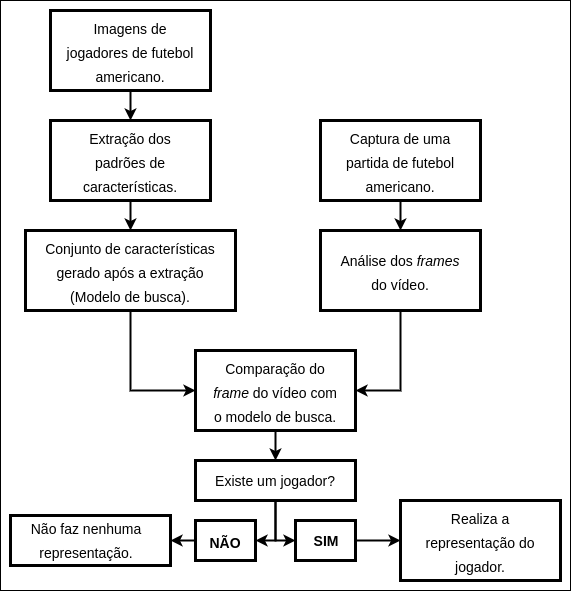
Wiryco/TCC-Computer-Vision keeps this draw.io diagram as Imagens utilizadas no TCC/fluxograma-projeto.png. Above is the earlier version. Source tidied: cells renumbered, new cells last; positions are measured from the earlier drawing's top-left corner, leaving out a move shared by most shapes. Source of this version:
```xml
<mxGraphModel>
  <root>
    <mxCell id="0" />
    <mxCell id="1" parent="0" />
    <mxCell id="2" style="edgeStyle=orthogonalEdgeStyle;rounded=0;jettySize=auto;html=1;exitX=1;exitY=0.5;exitDx=0;exitDy=0;entryX=0;entryY=0.5;entryDx=0;entryDy=0;strokeColor=#000000;strokeWidth=2;fillColor=#0000FF;fontSize=20;fontColor=#000000;" parent="1" edge="1" source="3" target="30">
      <mxGeometry relative="1" as="geometry" />
    </mxCell>
    <mxCell id="3" style="rounded=0;whiteSpace=wrap;html=1;strokeColor=#000000;strokeWidth=3;fillColor=none;fontSize=20;fontColor=#000000;" parent="1" vertex="1">
      <mxGeometry x="295" y="520" width="60" height="40" as="geometry" />
    </mxCell>
    <mxCell id="4" style="edgeStyle=orthogonalEdgeStyle;rounded=0;jettySize=auto;html=1;exitX=0.5;exitY=1;exitDx=0;exitDy=0;entryX=0.5;entryY=0;entryDx=0;entryDy=0;strokeColor=#000000;fillColor=#0000FF;fontSize=20;fontColor=#000000;strokeWidth=2;" parent="1" edge="1" source="5" target="8">
      <mxGeometry relative="1" as="geometry" />
    </mxCell>
    <mxCell id="5" style="rounded=0;whiteSpace=wrap;html=1;strokeColor=#000000;strokeWidth=3;fillColor=none;fontSize=20;fontColor=#000000;" parent="1" vertex="1">
      <mxGeometry x="50" y="10" width="160" height="80" as="geometry" />
    </mxCell>
    <mxCell id="6" value="&lt;font style=&quot;font-size: 14px&quot;&gt;Imagens de jogadores de futebol americano.&lt;/font&gt;" style="text;html=1;strokeColor=none;fillColor=none;align=center;verticalAlign=middle;whiteSpace=wrap;rounded=0;fontSize=20;fontColor=#000000;" parent="1" vertex="1">
      <mxGeometry x="65" y="40" width="130" height="20" as="geometry" />
    </mxCell>
    <mxCell id="7" style="edgeStyle=orthogonalEdgeStyle;rounded=0;jettySize=auto;html=1;exitX=0.5;exitY=1;exitDx=0;exitDy=0;entryX=0.5;entryY=0;entryDx=0;entryDy=0;strokeColor=#000000;fillColor=#0000FF;fontSize=20;fontColor=#000000;strokeWidth=2;" parent="1" edge="1" source="8" target="11">
      <mxGeometry relative="1" as="geometry" />
    </mxCell>
    <mxCell id="8" style="rounded=0;whiteSpace=wrap;html=1;strokeColor=#000000;strokeWidth=3;fillColor=none;fontSize=20;fontColor=#000000;" parent="1" vertex="1">
      <mxGeometry x="50" y="120" width="160" height="80" as="geometry" />
    </mxCell>
    <mxCell id="9" value="&lt;font style=&quot;font-size: 14px&quot;&gt;Extração dos padrões de características.&lt;/font&gt;" style="text;html=1;strokeColor=none;fillColor=none;align=center;verticalAlign=middle;whiteSpace=wrap;rounded=0;fontSize=20;fontColor=#000000;" parent="1" vertex="1">
      <mxGeometry x="65" y="150" width="130" height="20" as="geometry" />
    </mxCell>
    <mxCell id="10" style="edgeStyle=orthogonalEdgeStyle;rounded=0;jettySize=auto;html=1;exitX=0.5;exitY=1;exitDx=0;exitDy=0;entryX=0;entryY=0.5;entryDx=0;entryDy=0;strokeColor=#000000;fillColor=#0000FF;fontSize=20;fontColor=#000000;strokeWidth=2;" parent="1" edge="1" source="11" target="20">
      <mxGeometry relative="1" as="geometry" />
    </mxCell>
    <mxCell id="11" style="rounded=0;whiteSpace=wrap;html=1;strokeColor=#000000;strokeWidth=3;fillColor=none;fontSize=20;fontColor=#000000;" parent="1" vertex="1">
      <mxGeometry x="25" y="230" width="210" height="80" as="geometry" />
    </mxCell>
    <mxCell id="12" value="&lt;font style=&quot;font-size: 14px&quot;&gt;Conjunto de características gerado após a extração (Modelo de busca).&lt;/font&gt;" style="text;html=1;strokeColor=none;fillColor=none;align=center;verticalAlign=middle;whiteSpace=wrap;rounded=0;fontSize=20;fontColor=#000000;" parent="1" vertex="1">
      <mxGeometry x="44" y="260" width="172" height="20" as="geometry" />
    </mxCell>
    <mxCell id="13" style="edgeStyle=orthogonalEdgeStyle;rounded=0;jettySize=auto;html=1;exitX=0.5;exitY=1;exitDx=0;exitDy=0;entryX=0.5;entryY=0;entryDx=0;entryDy=0;strokeColor=#000000;fillColor=#0000FF;fontSize=20;fontColor=#000000;strokeWidth=2;" parent="1" edge="1" source="14" target="17">
      <mxGeometry relative="1" as="geometry" />
    </mxCell>
    <mxCell id="14" style="rounded=0;whiteSpace=wrap;html=1;strokeColor=#000000;strokeWidth=3;fillColor=none;fontSize=20;fontColor=#000000;" parent="1" vertex="1">
      <mxGeometry x="320" y="120" width="160" height="80" as="geometry" />
    </mxCell>
    <mxCell id="15" value="&lt;font style=&quot;font-size: 14px&quot;&gt;Captura de uma partida de futebol americano.&lt;/font&gt;" style="text;html=1;strokeColor=none;fillColor=none;align=center;verticalAlign=middle;whiteSpace=wrap;rounded=0;fontSize=20;fontColor=#000000;" parent="1" vertex="1">
      <mxGeometry x="335" y="150" width="130" height="20" as="geometry" />
    </mxCell>
    <mxCell id="16" style="edgeStyle=orthogonalEdgeStyle;rounded=0;jettySize=auto;html=1;exitX=0.5;exitY=1;exitDx=0;exitDy=0;entryX=1;entryY=0.5;entryDx=0;entryDy=0;strokeColor=#000000;fillColor=#0000FF;fontSize=20;fontColor=#000000;strokeWidth=2;" parent="1" edge="1" source="17" target="20">
      <mxGeometry relative="1" as="geometry" />
    </mxCell>
    <mxCell id="17" style="rounded=0;whiteSpace=wrap;html=1;strokeColor=#000000;strokeWidth=3;fillColor=none;fontSize=20;fontColor=#000000;" parent="1" vertex="1">
      <mxGeometry x="320" y="230" width="160" height="80" as="geometry" />
    </mxCell>
    <mxCell id="18" value="&lt;font style=&quot;font-size: 14px&quot;&gt;Análise dos &lt;i&gt;frames&lt;/i&gt; do vídeo.&lt;/font&gt;" style="text;html=1;strokeColor=none;fillColor=none;align=center;verticalAlign=middle;whiteSpace=wrap;rounded=0;fontSize=20;fontColor=#000000;" parent="1" vertex="1">
      <mxGeometry x="335" y="260" width="130" height="20" as="geometry" />
    </mxCell>
    <mxCell id="19" style="edgeStyle=orthogonalEdgeStyle;rounded=0;jettySize=auto;html=1;exitX=0.5;exitY=1;exitDx=0;exitDy=0;entryX=0.5;entryY=0;entryDx=0;entryDy=0;strokeColor=#000000;strokeWidth=2;fillColor=#0000FF;fontSize=20;fontColor=#000000;" parent="1" edge="1" source="20" target="24">
      <mxGeometry relative="1" as="geometry" />
    </mxCell>
    <mxCell id="20" style="rounded=0;whiteSpace=wrap;html=1;strokeColor=#000000;strokeWidth=3;fillColor=none;fontSize=20;fontColor=#000000;" parent="1" vertex="1">
      <mxGeometry x="195" y="350" width="160" height="80" as="geometry" />
    </mxCell>
    <mxCell id="21" value="&lt;span style=&quot;font-size: 14px&quot;&gt;Comparação do &lt;i&gt;frame&lt;/i&gt; do vídeo com o modelo de busca.&lt;/span&gt;" style="text;html=1;strokeColor=none;fillColor=none;align=center;verticalAlign=middle;whiteSpace=wrap;rounded=0;fontSize=20;fontColor=#000000;" parent="1" vertex="1">
      <mxGeometry x="210" y="380" width="130" height="20" as="geometry" />
    </mxCell>
    <mxCell id="22" style="edgeStyle=orthogonalEdgeStyle;rounded=0;jettySize=auto;html=1;exitX=0.5;exitY=1;exitDx=0;exitDy=0;entryX=0;entryY=0.5;entryDx=0;entryDy=0;strokeColor=#000000;strokeWidth=2;fillColor=#0000FF;fontSize=20;fontColor=#000000;" parent="1" edge="1" source="24" target="3">
      <mxGeometry relative="1" as="geometry" />
    </mxCell>
    <mxCell id="23" style="edgeStyle=orthogonalEdgeStyle;rounded=0;jettySize=auto;html=1;exitX=0.5;exitY=1;exitDx=0;exitDy=0;strokeColor=#000000;strokeWidth=2;fillColor=#0000FF;fontSize=20;fontColor=#000000;entryX=1;entryY=0.5;entryDx=0;entryDy=0;" parent="1" edge="1" source="24" target="27">
      <mxGeometry relative="1" as="geometry" />
    </mxCell>
    <mxCell id="24" style="rounded=0;whiteSpace=wrap;html=1;strokeColor=#000000;strokeWidth=3;fillColor=none;fontSize=20;fontColor=#000000;" parent="1" vertex="1">
      <mxGeometry x="195" y="460" width="160" height="40" as="geometry" />
    </mxCell>
    <mxCell id="25" value="&lt;span style=&quot;font-size: 14px&quot;&gt;Existe um jogador?&lt;/span&gt;" style="text;html=1;strokeColor=none;fillColor=none;align=center;verticalAlign=middle;whiteSpace=wrap;rounded=0;fontSize=20;fontColor=#000000;" parent="1" vertex="1">
      <mxGeometry x="210" y="468" width="130" height="20" as="geometry" />
    </mxCell>
    <mxCell id="26" style="edgeStyle=orthogonalEdgeStyle;rounded=0;jettySize=auto;html=1;exitX=0;exitY=0.5;exitDx=0;exitDy=0;entryX=1;entryY=0.5;entryDx=0;entryDy=0;strokeColor=#000000;strokeWidth=2;fillColor=#0000FF;fontSize=20;fontColor=#000000;" parent="1" edge="1" source="27" target="32">
      <mxGeometry relative="1" as="geometry" />
    </mxCell>
    <mxCell id="27" style="rounded=0;whiteSpace=wrap;html=1;strokeColor=#000000;strokeWidth=3;fillColor=none;fontSize=20;fontColor=#000000;" parent="1" vertex="1">
      <mxGeometry x="195" y="520" width="60" height="40" as="geometry" />
    </mxCell>
    <mxCell id="28" value="&lt;span style=&quot;font-size: 14px&quot;&gt;NÃO&lt;/span&gt;" style="text;html=1;strokeColor=none;fillColor=none;align=center;verticalAlign=middle;whiteSpace=wrap;rounded=0;fontSize=20;fontColor=#000000;fontStyle=1;" parent="1" vertex="1">
      <mxGeometry x="210" y="530" width="30" height="20" as="geometry" />
    </mxCell>
    <mxCell id="29" value="&lt;span style=&quot;font-size: 14px&quot;&gt;SIM&lt;/span&gt;" style="text;html=1;strokeColor=none;fillColor=none;align=center;verticalAlign=middle;whiteSpace=wrap;rounded=0;fontSize=20;fontColor=#000000;fontStyle=1;" parent="1" vertex="1">
      <mxGeometry x="310" y="530" width="30" height="15" as="geometry" />
    </mxCell>
    <mxCell id="30" style="rounded=0;whiteSpace=wrap;html=1;strokeColor=#000000;strokeWidth=3;fillColor=none;fontSize=20;fontColor=#000000;" parent="1" vertex="1">
      <mxGeometry x="400" y="500" width="160" height="80" as="geometry" />
    </mxCell>
    <mxCell id="31" value="&lt;span style=&quot;font-size: 14px&quot;&gt;Realiza a representação do jogador.&lt;/span&gt;" style="text;html=1;strokeColor=none;fillColor=none;align=center;verticalAlign=middle;whiteSpace=wrap;rounded=0;fontSize=20;fontColor=#000000;" parent="1" vertex="1">
      <mxGeometry x="415" y="530" width="130" height="20" as="geometry" />
    </mxCell>
    <mxCell id="32" style="rounded=0;whiteSpace=wrap;html=1;strokeColor=#000000;strokeWidth=3;fillColor=none;fontSize=20;fontColor=#000000;" parent="1" vertex="1">
      <mxGeometry x="10" y="515" width="160" height="50" as="geometry" />
    </mxCell>
    <mxCell id="33" value="&lt;span style=&quot;font-size: 14px&quot;&gt;Não faz nenhuma representação.&lt;/span&gt;" style="text;html=1;strokeColor=none;fillColor=none;align=center;verticalAlign=middle;whiteSpace=wrap;rounded=0;fontSize=20;fontColor=#000000;" parent="1" vertex="1">
      <mxGeometry x="21" y="528" width="130" height="20" as="geometry" />
    </mxCell>
    <mxCell id="34" style="rounded=0;whiteSpace=wrap;html=1;strokeColor=#000000;strokeWidth=1;fillColor=none;fontSize=20;fontColor=#000000;" parent="1" vertex="1">
      <mxGeometry width="570" height="590" as="geometry" />
    </mxCell>
  </root>
</mxGraphModel>
```
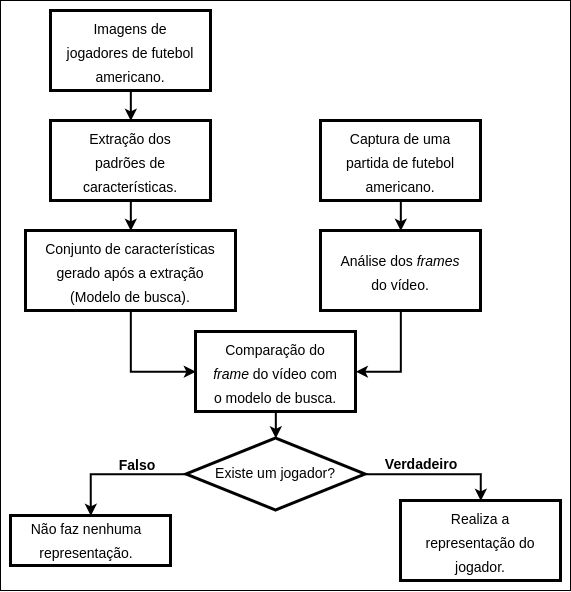
Above is the later version.

Change to the diagram source:
```diff
@@ -2,12 +2,18 @@
   <root>
     <mxCell id="0" />
     <mxCell id="1" parent="0" />
-    <mxCell id="2" style="edgeStyle=orthogonalEdgeStyle;rounded=0;jettySize=auto;html=1;exitX=1;exitY=0.5;exitDx=0;exitDy=0;entryX=0;entryY=0.5;entryDx=0;entryDy=0;strokeColor=#000000;strokeWidth=2;fillColor=#0000FF;fontSize=20;fontColor=#000000;" parent="1" edge="1" source="3" target="30">
-      <mxGeometry relative="1" as="geometry" />
-    </mxCell>
-    <mxCell id="3" style="rounded=0;whiteSpace=wrap;html=1;strokeColor=#000000;strokeWidth=3;fillColor=none;fontSize=20;fontColor=#000000;" parent="1" vertex="1">
-      <mxGeometry x="295" y="520" width="60" height="40" as="geometry" />
-    </mxCell>
+    <mxCell id="34" style="rounded=0;whiteSpace=wrap;html=1;strokeColor=#000000;strokeWidth=1;fillColor=none;fontSize=20;fontColor=#000000;" parent="1" vertex="1">
+      <mxGeometry width="570" height="590" as="geometry" />
+    </mxCell>
+    <mxCell id="35" style="edgeStyle=orthogonalEdgeStyle;rounded=0;jettySize=auto;html=1;exitX=1;exitY=0.5;exitDx=0;exitDy=0;entryX=0.5;entryY=0;entryDx=0;entryDy=0;strokeColor=#000000;strokeWidth=2;" parent="1" edge="1" source="37" target="30">
+      <mxGeometry relative="1" as="geometry" />
+    </mxCell>
+    <mxCell id="36" style="edgeStyle=orthogonalEdgeStyle;rounded=0;jettySize=auto;html=1;exitX=0;exitY=0.5;exitDx=0;exitDy=0;entryX=0.5;entryY=0;entryDx=0;entryDy=0;strokeColor=#000000;strokeWidth=2;" parent="1" edge="1" source="37" target="32">
+      <mxGeometry relative="1" as="geometry" />
+    </mxCell>
+    <mxCell id="37" style="rhombus;whiteSpace=wrap;html=1;strokeColor=#000000;strokeWidth=3;" parent="1" vertex="1">
+      <mxGeometry x="185.5" y="437.5" width="179" height="72" as="geometry" />
+    </mxCell>
     <mxCell id="4" style="edgeStyle=orthogonalEdgeStyle;rounded=0;jettySize=auto;html=1;exitX=0.5;exitY=1;exitDx=0;exitDy=0;entryX=0.5;entryY=0;entryDx=0;entryDy=0;strokeColor=#000000;fillColor=#0000FF;fontSize=20;fontColor=#000000;strokeWidth=2;" parent="1" edge="1" source="5" target="8">
       <mxGeometry relative="1" as="geometry" />
     </mxCell>
@@ -53,39 +59,18 @@
     <mxCell id="18" value="&lt;font style=&quot;font-size: 14px&quot;&gt;Análise dos &lt;i&gt;frames&lt;/i&gt; do vídeo.&lt;/font&gt;" style="text;html=1;strokeColor=none;fillColor=none;align=center;verticalAlign=middle;whiteSpace=wrap;rounded=0;fontSize=20;fontColor=#000000;" parent="1" vertex="1">
       <mxGeometry x="335" y="260" width="130" height="20" as="geometry" />
     </mxCell>
-    <mxCell id="19" style="edgeStyle=orthogonalEdgeStyle;rounded=0;jettySize=auto;html=1;exitX=0.5;exitY=1;exitDx=0;exitDy=0;entryX=0.5;entryY=0;entryDx=0;entryDy=0;strokeColor=#000000;strokeWidth=2;fillColor=#0000FF;fontSize=20;fontColor=#000000;" parent="1" edge="1" source="20" target="24">
-      <mxGeometry relative="1" as="geometry" />
-    </mxCell>
+    <mxCell id="38" style="edgeStyle=orthogonalEdgeStyle;rounded=0;jettySize=auto;html=1;exitX=0.5;exitY=1;exitDx=0;exitDy=0;entryX=0.5;entryY=0;entryDx=0;entryDy=0;strokeColor=#000000;strokeWidth=2;" parent="1" edge="1" source="20" target="37">
+      <mxGeometry relative="1" as="geometry" />
+    </mxCell>
     <mxCell id="20" style="rounded=0;whiteSpace=wrap;html=1;strokeColor=#000000;strokeWidth=3;fillColor=none;fontSize=20;fontColor=#000000;" parent="1" vertex="1">
-      <mxGeometry x="195" y="350" width="160" height="80" as="geometry" />
+      <mxGeometry x="195" y="331" width="160" height="80" as="geometry" />
     </mxCell>
     <mxCell id="21" value="&lt;span style=&quot;font-size: 14px&quot;&gt;Comparação do &lt;i&gt;frame&lt;/i&gt; do vídeo com o modelo de busca.&lt;/span&gt;" style="text;html=1;strokeColor=none;fillColor=none;align=center;verticalAlign=middle;whiteSpace=wrap;rounded=0;fontSize=20;fontColor=#000000;" parent="1" vertex="1">
-      <mxGeometry x="210" y="380" width="130" height="20" as="geometry" />
+      <mxGeometry x="210" y="361" width="130" height="20" as="geometry" />
     </mxCell>
-    <mxCell id="22" style="edgeStyle=orthogonalEdgeStyle;rounded=0;jettySize=auto;html=1;exitX=0.5;exitY=1;exitDx=0;exitDy=0;entryX=0;entryY=0.5;entryDx=0;entryDy=0;strokeColor=#000000;strokeWidth=2;fillColor=#0000FF;fontSize=20;fontColor=#000000;" parent="1" edge="1" source="24" target="3">
-      <mxGeometry relative="1" as="geometry" />
-    </mxCell>
-    <mxCell id="23" style="edgeStyle=orthogonalEdgeStyle;rounded=0;jettySize=auto;html=1;exitX=0.5;exitY=1;exitDx=0;exitDy=0;strokeColor=#000000;strokeWidth=2;fillColor=#0000FF;fontSize=20;fontColor=#000000;entryX=1;entryY=0.5;entryDx=0;entryDy=0;" parent="1" edge="1" source="24" target="27">
-      <mxGeometry relative="1" as="geometry" />
-    </mxCell>
-    <mxCell id="24" style="rounded=0;whiteSpace=wrap;html=1;strokeColor=#000000;strokeWidth=3;fillColor=none;fontSize=20;fontColor=#000000;" parent="1" vertex="1">
-      <mxGeometry x="195" y="460" width="160" height="40" as="geometry" />
-    </mxCell>
     <mxCell id="25" value="&lt;span style=&quot;font-size: 14px&quot;&gt;Existe um jogador?&lt;/span&gt;" style="text;html=1;strokeColor=none;fillColor=none;align=center;verticalAlign=middle;whiteSpace=wrap;rounded=0;fontSize=20;fontColor=#000000;" parent="1" vertex="1">
-      <mxGeometry x="210" y="468" width="130" height="20" as="geometry" />
+      <mxGeometry x="210" y="460.5" width="130" height="20" as="geometry" />
     </mxCell>
-    <mxCell id="26" style="edgeStyle=orthogonalEdgeStyle;rounded=0;jettySize=auto;html=1;exitX=0;exitY=0.5;exitDx=0;exitDy=0;entryX=1;entryY=0.5;entryDx=0;entryDy=0;strokeColor=#000000;strokeWidth=2;fillColor=#0000FF;fontSize=20;fontColor=#000000;" parent="1" edge="1" source="27" target="32">
-      <mxGeometry relative="1" as="geometry" />
-    </mxCell>
-    <mxCell id="27" style="rounded=0;whiteSpace=wrap;html=1;strokeColor=#000000;strokeWidth=3;fillColor=none;fontSize=20;fontColor=#000000;" parent="1" vertex="1">
-      <mxGeometry x="195" y="520" width="60" height="40" as="geometry" />
-    </mxCell>
-    <mxCell id="28" value="&lt;span style=&quot;font-size: 14px&quot;&gt;NÃO&lt;/span&gt;" style="text;html=1;strokeColor=none;fillColor=none;align=center;verticalAlign=middle;whiteSpace=wrap;rounded=0;fontSize=20;fontColor=#000000;fontStyle=1;" parent="1" vertex="1">
-      <mxGeometry x="210" y="530" width="30" height="20" as="geometry" />
-    </mxCell>
-    <mxCell id="29" value="&lt;span style=&quot;font-size: 14px&quot;&gt;SIM&lt;/span&gt;" style="text;html=1;strokeColor=none;fillColor=none;align=center;verticalAlign=middle;whiteSpace=wrap;rounded=0;fontSize=20;fontColor=#000000;fontStyle=1;" parent="1" vertex="1">
-      <mxGeometry x="310" y="530" width="30" height="15" as="geometry" />
-    </mxCell>
     <mxCell id="30" style="rounded=0;whiteSpace=wrap;html=1;strokeColor=#000000;strokeWidth=3;fillColor=none;fontSize=20;fontColor=#000000;" parent="1" vertex="1">
       <mxGeometry x="400" y="500" width="160" height="80" as="geometry" />
     </mxCell>
@@ -98,8 +83,11 @@
     <mxCell id="33" value="&lt;span style=&quot;font-size: 14px&quot;&gt;Não faz nenhuma representação.&lt;/span&gt;" style="text;html=1;strokeColor=none;fillColor=none;align=center;verticalAlign=middle;whiteSpace=wrap;rounded=0;fontSize=20;fontColor=#000000;" parent="1" vertex="1">
       <mxGeometry x="21" y="528" width="130" height="20" as="geometry" />
     </mxCell>
-    <mxCell id="34" style="rounded=0;whiteSpace=wrap;html=1;strokeColor=#000000;strokeWidth=1;fillColor=none;fontSize=20;fontColor=#000000;" parent="1" vertex="1">
-      <mxGeometry width="570" height="590" as="geometry" />
-    </mxCell>
+    <mxCell id="39" value="&lt;span style=&quot;font-size: 14px&quot;&gt;Verdadeiro&lt;/span&gt;" style="text;html=1;strokeColor=none;fillColor=none;align=center;verticalAlign=middle;whiteSpace=wrap;rounded=0;fontSize=20;fontColor=#000000;fontStyle=1;" parent="1" vertex="1">
+      <mxGeometry x="355" y="450.5" width="130" height="20" as="geometry" />
+    </mxCell>
+    <mxCell id="40" value="&lt;span style=&quot;font-size: 14px&quot;&gt;Falso&lt;/span&gt;" style="text;html=1;strokeColor=none;fillColor=none;align=center;verticalAlign=middle;whiteSpace=wrap;rounded=0;fontSize=20;fontColor=#000000;fontStyle=1;" parent="1" vertex="1">
+      <mxGeometry x="71" y="451.5" width="130" height="20" as="geometry" />
+    </mxCell>
   </root>
 </mxGraphModel>
```
